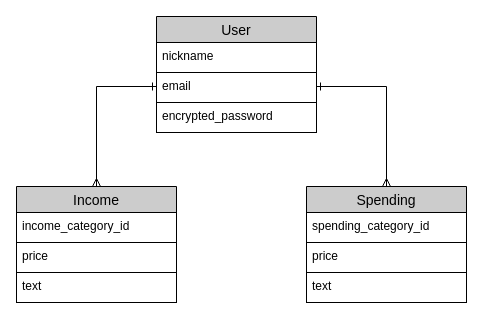
This is kakeibo.dio from Yurika-1016/kakeibo-33991, a draw.io file, before an edit. Source tidied: cells renumbered, new cells numbered last; positions are measured from the earlier drawing's top-left corner, leaving out a move shared by most shapes. Both pictures are drawn from the tidied source at 100%, with x=0, y=0 at pixel (16, 16).
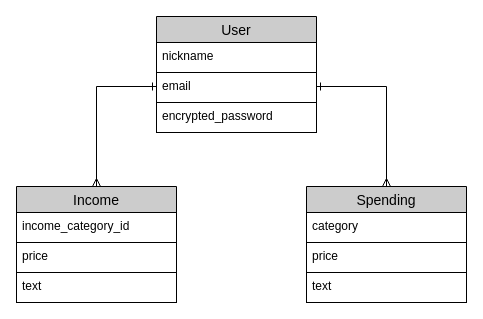
Above is the later version.

The edit, as a diff of the source:
```diff
@@
 <mxGraphModel background="#FFFFFF">
   <root>
     <mxCell id="0" />
     <mxCell id="1" parent="0" />
     <mxCell id="2" value="User" style="swimlane;fontStyle=0;horizontal=1;startSize=26;align=center;fontSize=14;strokeColor=#000000;fontColor=#000000;labelBorderColor=none;labelBackgroundColor=none;fillColor=#CCCCCC;" parent="1" vertex="1">
       <mxGeometry x="140" width="160" height="116" as="geometry" />
     </mxCell>
     <mxCell id="3" value="nickname" style="text;fillColor=none;spacingLeft=4;spacingRight=4;overflow=hidden;fontSize=12;strokeColor=#000000;fontColor=#000000;" parent="2" vertex="1">
       <mxGeometry y="26" width="160" height="30" as="geometry" />
     </mxCell>
     <mxCell id="4" style="endArrow=ERone;html=1;rounded=0;fontColor=#000000;exitX=0.5;exitY=0;exitDx=0;exitDy=0;startArrow=ERmany;startFill=0;endFill=0;strokeColor=#000000;" parent="2" edge="1" source="11">
       <mxGeometry relative="1" as="geometry">
         <mxPoint x="160" y="70" as="targetPoint" />
         <Array as="points">
           <mxPoint x="230" y="70" />
         </Array>
       </mxGeometry>
     </mxCell>
     <mxCell id="5" value="email" style="text;fillColor=none;spacingLeft=4;spacingRight=4;overflow=hidden;fontSize=12;strokeColor=#000000;fontColor=#000000;" parent="2" vertex="1">
       <mxGeometry y="56" width="160" height="30" as="geometry" />
     </mxCell>
     <mxCell id="6" value="encrypted_password" style="text;fillColor=none;spacingLeft=4;spacingRight=4;overflow=hidden;fontSize=12;strokeColor=#000000;fontColor=#000000;" parent="2" vertex="1">
       <mxGeometry y="86" width="160" height="30" as="geometry" />
     </mxCell>
     <mxCell id="7" value="Income" style="swimlane;fontStyle=0;horizontal=1;startSize=26;align=center;fontSize=14;strokeColor=#000000;fontColor=#000000;labelBorderColor=none;labelBackgroundColor=none;fillColor=#CCCCCC;" parent="1" vertex="1">
       <mxGeometry y="170" width="160" height="116" as="geometry" />
     </mxCell>
     <mxCell id="8" value="income_category_id" style="text;fillColor=none;spacingLeft=4;spacingRight=4;overflow=hidden;fontSize=12;strokeColor=#000000;fontColor=#000000;" parent="7" vertex="1">
       <mxGeometry y="26" width="160" height="30" as="geometry" />
     </mxCell>
     <mxCell id="9" value="price" style="text;fillColor=none;spacingLeft=4;spacingRight=4;overflow=hidden;fontSize=12;strokeColor=#000000;fontColor=#000000;" parent="7" vertex="1">
       <mxGeometry y="56" width="160" height="30" as="geometry" />
     </mxCell>
     <mxCell id="10" value="text" style="text;fillColor=none;spacingLeft=4;spacingRight=4;overflow=hidden;fontSize=12;strokeColor=#000000;fontColor=#000000;" parent="7" vertex="1">
       <mxGeometry y="86" width="160" height="30" as="geometry" />
     </mxCell>
     <mxCell id="11" value="Spending" style="swimlane;fontStyle=0;horizontal=1;startSize=26;align=center;fontSize=14;strokeColor=#000000;fontColor=#000000;labelBorderColor=none;labelBackgroundColor=none;fillColor=#CCCCCC;" parent="1" vertex="1">
       <mxGeometry x="290" y="170" width="160" height="116" as="geometry" />
     </mxCell>
-    <mxCell id="12" value="spending_category_id" style="text;fillColor=none;spacingLeft=4;spacingRight=4;overflow=hidden;fontSize=12;strokeColor=#000000;fontColor=#000000;" parent="11" vertex="1">
+    <mxCell id="12" value="category" style="text;fillColor=none;spacingLeft=4;spacingRight=4;overflow=hidden;fontSize=12;strokeColor=#000000;fontColor=#000000;" parent="11" vertex="1">
       <mxGeometry y="26" width="160" height="30" as="geometry" />
     </mxCell>
     <mxCell id="13" value="price" style="text;fillColor=none;spacingLeft=4;spacingRight=4;overflow=hidden;fontSize=12;strokeColor=#000000;fontColor=#000000;" parent="11" vertex="1">
       <mxGeometry y="56" width="160" height="30" as="geometry" />
     </mxCell>
     <mxCell id="14" value="text" style="text;fillColor=none;spacingLeft=4;spacingRight=4;overflow=hidden;fontSize=12;strokeColor=#000000;fontColor=#000000;" parent="11" vertex="1">
       <mxGeometry y="86" width="160" height="30" as="geometry" />
     </mxCell>
     <mxCell id="15" style="endArrow=ERone;html=1;rounded=0;fontColor=#000000;exitX=0.5;exitY=0;exitDx=0;exitDy=0;startArrow=ERmany;startFill=0;endFill=0;strokeColor=#000000;" parent="1" edge="1" source="7">
       <mxGeometry relative="1" as="geometry">
         <mxPoint x="140" y="70" as="targetPoint" />
         <Array as="points">
           <mxPoint x="80" y="70" />
         </Array>
       </mxGeometry>
     </mxCell>
   </root>
 </mxGraphModel>
```
